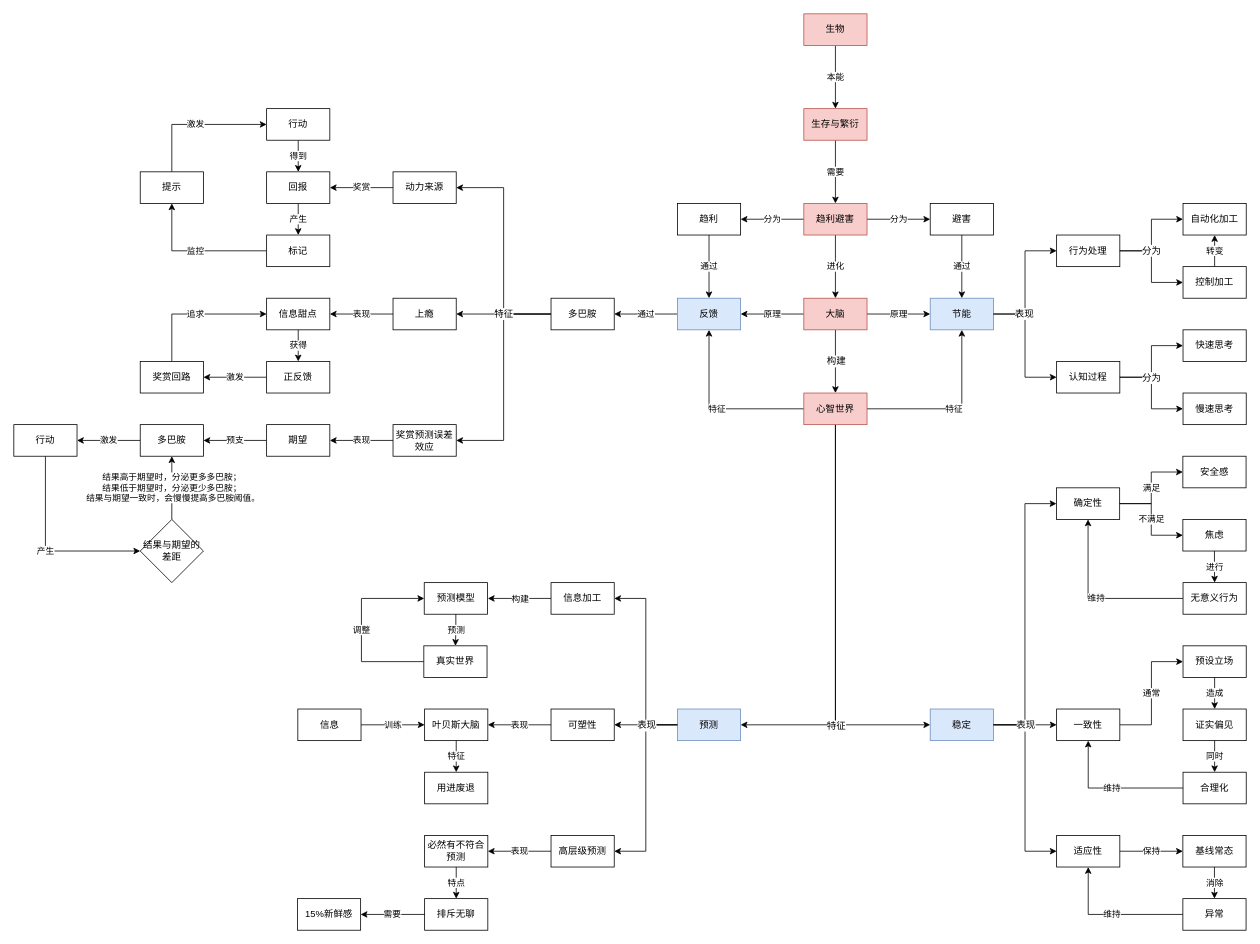
youyusan/open_mind keeps this draw.io diagram as 大脑底层原理.drawio. Above is the earlier version. Source tidied: cells renumbered, new cells numbered last; positions are measured from the earlier drawing's top-left corner, leaving out a move shared by most shapes. Both pictures are drawn from the tidied source at 79%, with x=0, y=0 at pixel (13, 13).
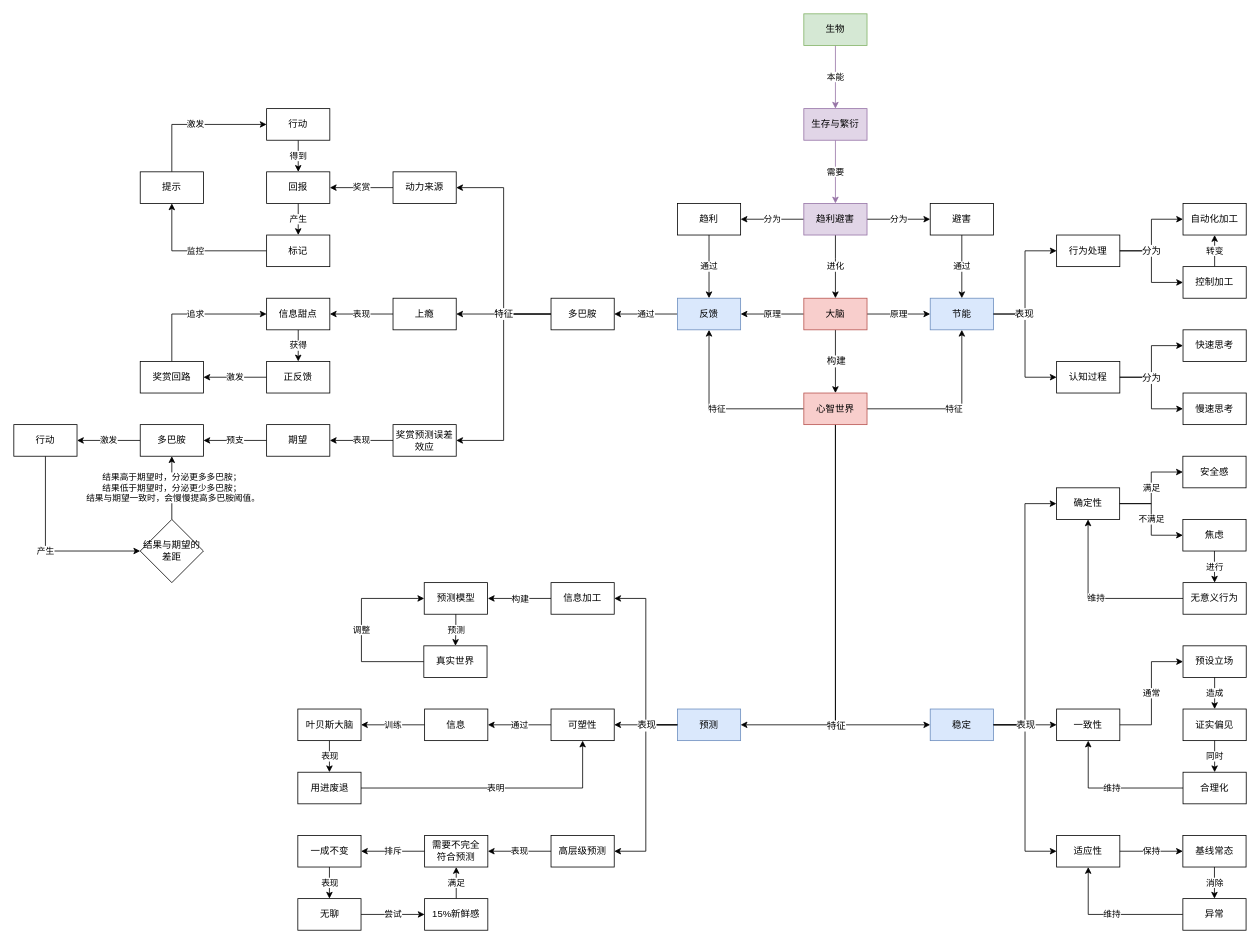
The same page after the edit.

Commit message:
更新大脑底层原理.drawio

Unchanged cells that the change refers to:
```xml
<mxCell id="110" value="可塑性" style="rounded=0;whiteSpace=wrap;html=1;" parent="1" vertex="1">
  <mxGeometry x="680" y="880" width="80" height="40" as="geometry" />
</mxCell>
```

Change to the diagram source:
```diff
@@
-    <mxCell id="7" value="本能" style="edgeStyle=orthogonalEdgeStyle;rounded=0;jettySize=auto;html=1;" parent="1" edge="1" source="8" target="10">
+    <mxCell id="7" value="本能" style="edgeStyle=orthogonalEdgeStyle;rounded=0;jettySize=auto;html=1;fillColor=#e1d5e7;strokeColor=#9673a6;" parent="1" edge="1" source="8" target="10">
       <mxGeometry relative="1" as="geometry">
         <Array as="points">
           <mxPoint x="1040" y="80" />
           <mxPoint x="1040" y="80" />
         </Array>
       </mxGeometry>
     </mxCell>
-    <mxCell id="8" value="生物" style="rounded=0;whiteSpace=wrap;html=1;fillColor=#f8cecc;strokeColor=#b85450;" parent="1" vertex="1">
+    <mxCell id="8" value="生物" style="rounded=0;whiteSpace=wrap;html=1;fillColor=#d5e8d4;strokeColor=#82b366;" parent="1" vertex="1">
       <mxGeometry x="1000" width="80" height="40" as="geometry" />
     </mxCell>
-    <mxCell id="9" value="需要" style="edgeStyle=orthogonalEdgeStyle;rounded=0;jettySize=auto;html=1;" parent="1" edge="1" source="10" target="14">
+    <mxCell id="9" value="需要" style="edgeStyle=orthogonalEdgeStyle;rounded=0;jettySize=auto;html=1;fillColor=#e1d5e7;strokeColor=#9673a6;" parent="1" edge="1" source="10" target="14">
       <mxGeometry relative="1" as="geometry">
         <Array as="points">
           <mxPoint x="1040" y="200" />
           <mxPoint x="1040" y="200" />
         </Array>
       </mxGeometry>
     </mxCell>
-    <mxCell id="10" value="生存与繁衍" style="rounded=0;whiteSpace=wrap;html=1;fillColor=#f8cecc;strokeColor=#b85450;" parent="1" vertex="1">
+    <mxCell id="10" value="生存与繁衍" style="rounded=0;whiteSpace=wrap;html=1;fillColor=#e1d5e7;strokeColor=#9673a6;" parent="1" vertex="1">
       <mxGeometry x="1000" y="120" width="80" height="40" as="geometry" />
     </mxCell>
@@
-    <mxCell id="14" value="趋利避害" style="rounded=0;whiteSpace=wrap;html=1;fillColor=#f8cecc;strokeColor=#b85450;" parent="1" vertex="1">
+    <mxCell id="14" value="趋利避害" style="rounded=0;whiteSpace=wrap;html=1;fillColor=#e1d5e7;strokeColor=#9673a6;" parent="1" vertex="1">
       <mxGeometry x="1000" y="240" width="80" height="40" as="geometry" />
     </mxCell>
@@
+    <mxCell id="106" value="尝试" style="edgeStyle=orthogonalEdgeStyle;rounded=0;jettySize=auto;html=1;" parent="1" edge="1" source="105" target="108">
+      <mxGeometry relative="1" as="geometry" />
+    </mxCell>
-    <mxCell id="105" value="排斥无聊" style="rounded=0;whiteSpace=wrap;html=1;" parent="1" vertex="1">
-      <mxGeometry x="520" y="1120" width="80" height="40" as="geometry" />
+    <mxCell id="105" value="无聊" style="rounded=0;whiteSpace=wrap;html=1;" parent="1" vertex="1">
+      <mxGeometry x="359.5" y="1120" width="80" height="40" as="geometry" />
     </mxCell>
-    <mxCell id="106" value="需要" style="edgeStyle=orthogonalEdgeStyle;shape=connector;rounded=0;jettySize=auto;html=1;labelBackgroundColor=default;strokeColor=default;align=center;verticalAlign=middle;fontFamily=Helvetica;fontSize=11;fontColor=default;endArrow=classic;" parent="1" edge="1" source="105" target="108">
-      <mxGeometry relative="1" as="geometry" />
-    </mxCell>
-    <mxCell id="107" value="特点" style="edgeStyle=orthogonalEdgeStyle;rounded=0;jettySize=auto;html=1;" parent="1" edge="1" source="126" target="105">
-      <mxGeometry relative="1" as="geometry" />
-    </mxCell>
+    <mxCell id="130" value="满足" style="edgeStyle=orthogonalEdgeStyle;rounded=0;jettySize=auto;html=1;" parent="1" edge="1" source="108" target="126">
+      <mxGeometry relative="1" as="geometry" />
+    </mxCell>
     <mxCell id="108" value="15%新鲜感" style="rounded=0;whiteSpace=wrap;html=1;" parent="1" vertex="1">
-      <mxGeometry x="359" y="1120" width="80" height="40" as="geometry" />
+      <mxGeometry x="520" y="1120" width="80" height="40" as="geometry" />
     </mxCell>
@@
+    <mxCell id="131" value="通过" style="edgeStyle=orthogonalEdgeStyle;rounded=0;jettySize=auto;html=1;" parent="1" edge="1" source="110" target="125">
+      <mxGeometry relative="1" as="geometry" />
+    </mxCell>
@@
+    <mxCell id="128" value="表现" style="edgeStyle=orthogonalEdgeStyle;rounded=0;jettySize=auto;html=1;" parent="1" edge="1" source="121" target="123">
+      <mxGeometry relative="1" as="geometry" />
+    </mxCell>
     <mxCell id="121" value="叶贝斯大脑" style="rounded=0;whiteSpace=wrap;html=1;" parent="1" vertex="1">
-      <mxGeometry x="520" y="880" width="80" height="40" as="geometry" />
+      <mxGeometry x="359.5" y="880" width="80" height="40" as="geometry" />
     </mxCell>
-    <mxCell id="122" value="表现" style="edgeStyle=orthogonalEdgeStyle;shape=connector;rounded=0;jettySize=auto;html=1;labelBackgroundColor=default;strokeColor=default;align=center;verticalAlign=middle;fontFamily=Helvetica;fontSize=11;fontColor=default;endArrow=classic;" parent="1" edge="1" source="110" target="121">
-      <mxGeometry relative="1" as="geometry" />
-    </mxCell>
-    <mxCell id="123" value="用进废退" style="rounded=0;whiteSpace=wrap;html=1;" parent="1" vertex="1">
-      <mxGeometry x="520" y="960" width="80" height="40" as="geometry" />
-    </mxCell>
@@
     <mxCell id="125" value="信息" style="rounded=0;whiteSpace=wrap;html=1;" parent="1" vertex="1">
-      <mxGeometry x="359.5" y="880" width="80" height="40" as="geometry" />
+      <mxGeometry x="520" y="880" width="80" height="40" as="geometry" />
     </mxCell>
+    <mxCell id="132" value="排斥" style="edgeStyle=orthogonalEdgeStyle;rounded=0;jettySize=auto;html=1;" parent="1" edge="1" source="126" target="134">
+      <mxGeometry relative="1" as="geometry" />
+    </mxCell>
-    <mxCell id="126" value="必然有不符合预测" style="rounded=0;whiteSpace=wrap;html=1;" parent="1" vertex="1">
+    <mxCell id="126" value="需要不完全&lt;br style=&quot;border-color: var(--border-color);&quot;&gt;符合预测" style="rounded=0;whiteSpace=wrap;html=1;" parent="1" vertex="1">
       <mxGeometry x="520" y="1040" width="80" height="40" as="geometry" />
     </mxCell>
@@
-    <mxCell id="128" value="特征" style="edgeStyle=orthogonalEdgeStyle;rounded=0;jettySize=auto;html=1;" parent="1" edge="1" source="121" target="123">
-      <mxGeometry relative="1" as="geometry" />
-    </mxCell>
@@
+    <mxCell id="133" value="表现" style="edgeStyle=orthogonalEdgeStyle;rounded=0;jettySize=auto;html=1;" parent="1" edge="1" source="134" target="105">
+      <mxGeometry relative="1" as="geometry" />
+    </mxCell>
+    <mxCell id="134" value="一成不变" style="rounded=0;whiteSpace=wrap;html=1;" parent="1" vertex="1">
+      <mxGeometry x="359.5" y="1040" width="80" height="40" as="geometry" />
+    </mxCell>
+    <mxCell id="135" value="表明" style="edgeStyle=orthogonalEdgeStyle;rounded=0;jettySize=auto;html=1;entryX=0.5;entryY=1;entryDx=0;entryDy=0;" parent="1" edge="1" source="123" target="110">
+      <mxGeometry relative="1" as="geometry" />
+    </mxCell>
+    <mxCell id="123" value="用进废退" style="rounded=0;whiteSpace=wrap;html=1;" parent="1" vertex="1">
+      <mxGeometry x="359.5" y="960" width="80" height="40" as="geometry" />
+    </mxCell>
```
